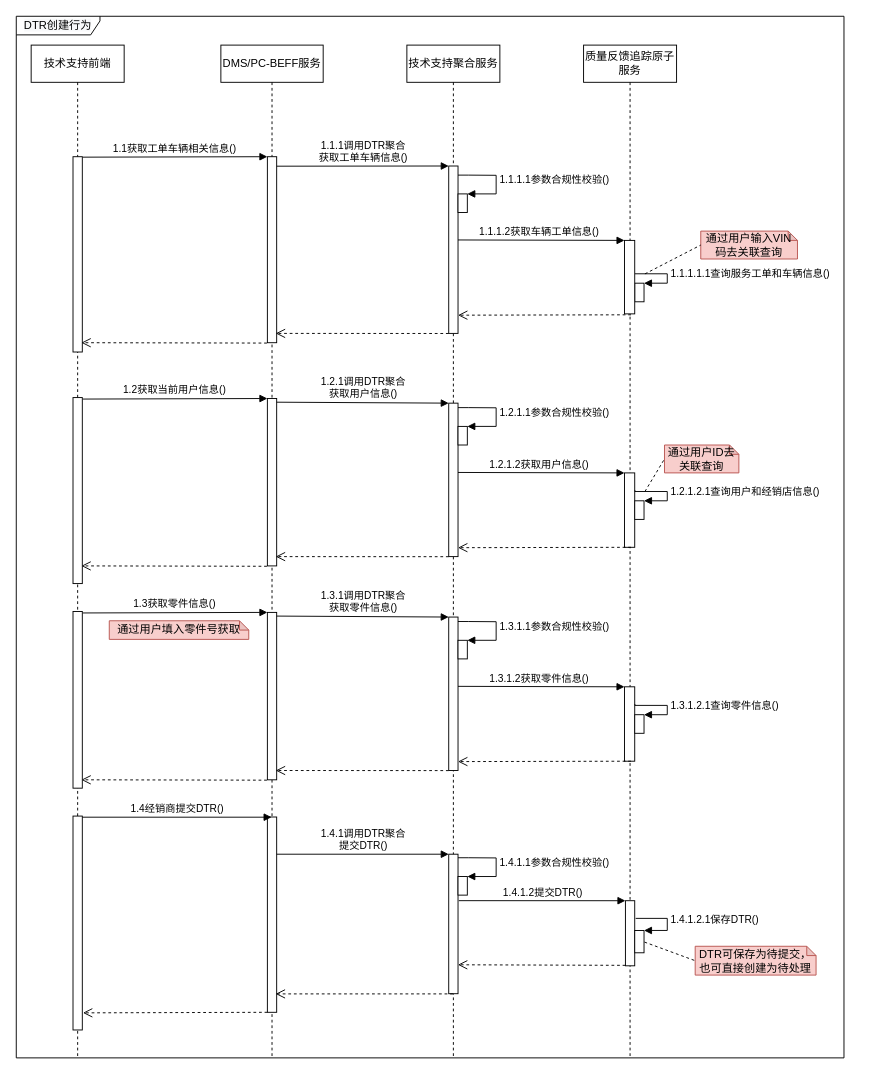
1132489442/designer keeps this draw.io diagram as page "DTR行为设计-创建" (4 of 6) of images/DTR时序图.drawio. Above is the earlier version. Source tidied: cells renumbered, new cells numbered last; positions are measured from the earlier drawing's top-left corner, leaving out a move shared by most shapes. Both pictures are drawn from the tidied source at 93%, with x=0, y=0 at pixel (16, 16).
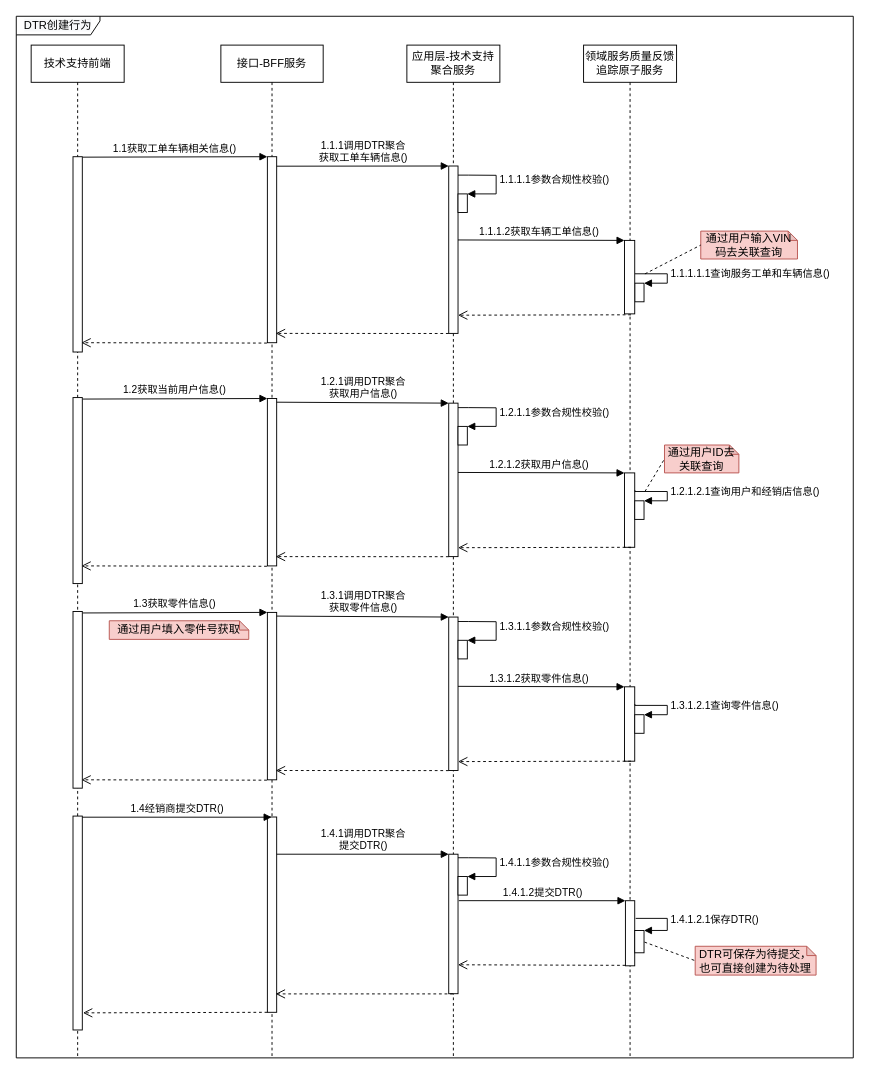
The same page after the edit.

Change to the diagram source:
```diff
@@
     <mxCell id="2" value="&lt;span style=&quot;background-color: rgb(248 , 249 , 250)&quot;&gt;DTR创建行为&lt;/span&gt;" style="shape=umlFrame;whiteSpace=wrap;html=1;width=90;height=20;" parent="1" vertex="1">
-      <mxGeometry width="890" height="1120" as="geometry" />
+      <mxGeometry width="900" height="1120" as="geometry" />
     </mxCell>
-    <mxCell id="3" value="质量反馈追踪原子服务" style="shape=umlLifeline;perimeter=lifelinePerimeter;whiteSpace=wrap;html=1;" parent="1" vertex="1">
+    <mxCell id="3" value="领域服务质量反馈追踪原子服务" style="shape=umlLifeline;perimeter=lifelinePerimeter;whiteSpace=wrap;html=1;" parent="1" vertex="1">
       <mxGeometry x="610" y="31" width="100" height="1089" as="geometry" />
     </mxCell>
@@
-    <mxCell id="11" value="技术支持聚合服务" style="shape=umlLifeline;perimeter=lifelinePerimeter;whiteSpace=wrap;html=1;" parent="1" vertex="1">
+    <mxCell id="11" value="应用层-技术支持聚合服务" style="shape=umlLifeline;perimeter=lifelinePerimeter;whiteSpace=wrap;html=1;" parent="1" vertex="1">
       <mxGeometry x="420" y="31" width="100" height="1089" as="geometry" />
     </mxCell>
@@
-    <mxCell id="18" value="DMS/PC-BEFF服务" style="shape=umlLifeline;perimeter=lifelinePerimeter;whiteSpace=wrap;html=1;" parent="1" vertex="1">
+    <mxCell id="18" value="接口-BFF服务" style="shape=umlLifeline;perimeter=lifelinePerimeter;whiteSpace=wrap;html=1;" parent="1" vertex="1">
       <mxGeometry x="220" y="31" width="110" height="1089" as="geometry" />
     </mxCell>
```
